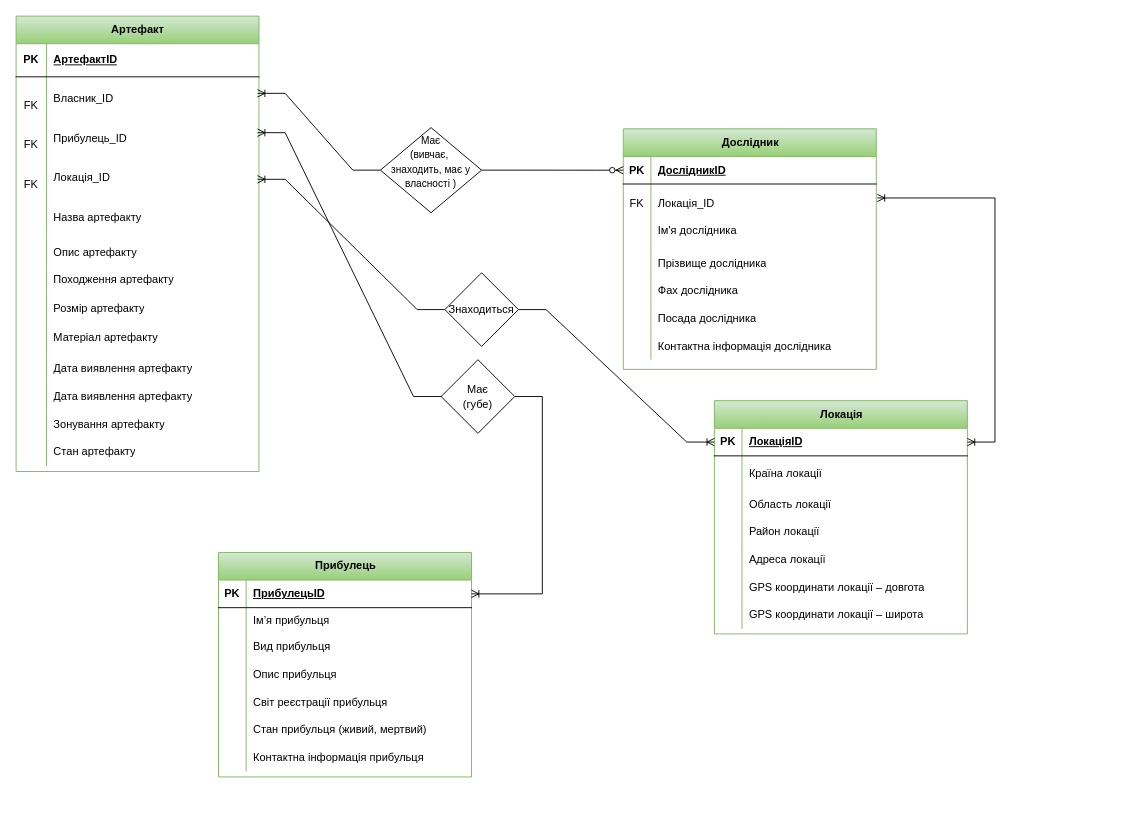
Varvara00/Varvara222-ER keeps this draw.io diagram as page "Страница — 2" (2 of 2) of Диаграмма без названия.drawio. Above is the earlier version. Source tidied: cells renumbered, new cells numbered last; positions are measured from the earlier drawing's top-left corner, leaving out a move shared by most shapes. Both pictures are drawn from the tidied source at 92%, with x=0, y=0 at pixel (16, 16).
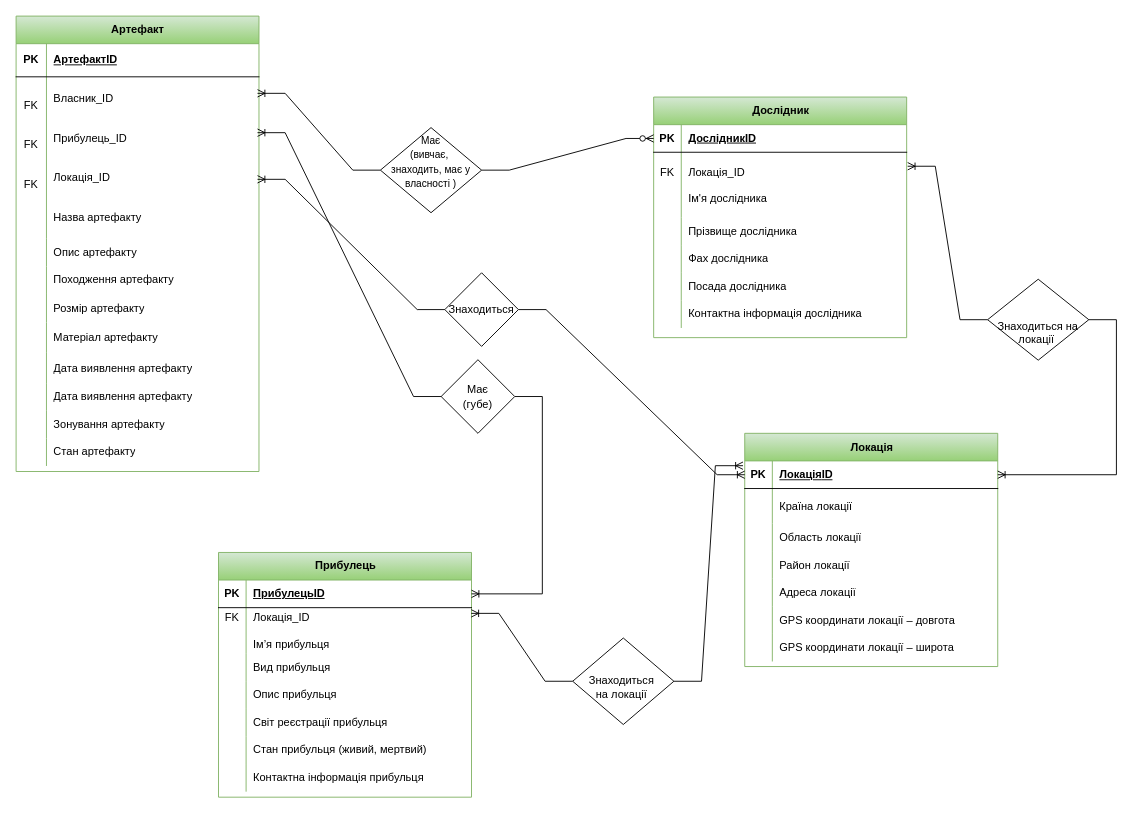
Above is the later version.

Commit message:
Finished/Diagram2

The change refers to these unchanged cells:
```xml
<mxCell id="37" style="shape=tableRow;horizontal=0;startSize=0;swimlaneHead=0;swimlaneBody=0;fillColor=none;points=[[0,0.5],[1,0.5]];portConstraint=eastwest;top=0;left=0;right=0;bottom=0;" parent="33" vertex="1">
  <mxGeometry y="60" width="275" height="71" as="geometry" />
</mxCell>
<mxCell id="53" style="shape=tableRow;horizontal=0;startSize=0;swimlaneHead=0;swimlaneBody=0;fillColor=none;points=[[0,0.5],[1,0.5]];portConstraint=eastwest;top=0;left=0;right=0;bottom=1;" parent="52" vertex="1">
  <mxGeometry y="30" width="275" height="30" as="geometry" />
</mxCell>
```

The edit, as a diff of the source:
```diff
@@
     <mxCell id="33" value="Дослідник" style="shape=table;startSize=30;childLayout=tableLayout;rowLines=0;fontStyle=1;align=center;html=1;fillColor=#d5e8d4;strokeColor=#82b366;gradientColor=#97d077;" parent="1" vertex="1">
-      <mxGeometry x="660" y="122.5" width="275" height="261.5" as="geometry" />
+      <mxGeometry x="693" y="88" width="275" height="261.5" as="geometry" />
     </mxCell>
@@
     <mxCell id="52" value="Локація" style="shape=table;startSize=30;childLayout=tableLayout;rowLines=0;fontStyle=1;align=center;html=1;fillColor=#d5e8d4;gradientColor=#97d077;strokeColor=#82b366;" parent="1" vertex="1">
-      <mxGeometry x="759" y="418" width="275" height="253.5" as="geometry" />
+      <mxGeometry x="792" y="453.5" width="275" height="253.5" as="geometry" />
     </mxCell>
@@
     <mxCell id="74" value="Прибулець" style="shape=table;startSize=30;childLayout=tableLayout;rowLines=0;fontStyle=1;align=center;html=1;fillColor=#d5e8d4;gradientColor=#97d077;strokeColor=#82b366;" parent="1" vertex="1">
-      <mxGeometry x="220" y="583" width="275" height="244" as="geometry" />
+      <mxGeometry x="220" y="583" width="275" height="266" as="geometry" />
     </mxCell>
@@
     <mxCell id="78" style="shape=tableRow;horizontal=0;startSize=0;swimlaneHead=0;swimlaneBody=0;fillColor=none;points=[[0,0.5],[1,0.5]];portConstraint=eastwest;top=0;left=0;right=0;bottom=0;" parent="74" vertex="1">
-      <mxGeometry y="60" width="275" height="28" as="geometry" />
+      <mxGeometry y="60" width="275" height="50" as="geometry" />
     </mxCell>
-    <mxCell id="79" style="shape=partialRectangle;fillColor=none;top=0;left=0;bottom=0;right=0;overflow=hidden;whiteSpace=wrap;html=1;" parent="78" vertex="1">
-      <mxGeometry width="30" height="28" as="geometry" />
+    <mxCell id="79" value="FK&lt;div&gt;&lt;br&gt;&lt;/div&gt;&lt;div&gt;&lt;br&gt;&lt;/div&gt;" style="shape=partialRectangle;fillColor=none;top=0;left=0;bottom=0;right=0;overflow=hidden;whiteSpace=wrap;html=1;" parent="78" vertex="1">
+      <mxGeometry width="30" height="50" as="geometry" />
     </mxCell>
-    <mxCell id="80" value="Ім’я прибульця" style="shape=partialRectangle;fillColor=none;top=0;left=0;bottom=0;right=0;align=left;spacingLeft=6;overflow=hidden;whiteSpace=wrap;html=1;" parent="78" vertex="1">
-      <mxGeometry x="30" width="245" height="28" as="geometry" />
+    <mxCell id="80" value="&lt;span style=&quot;background-color: initial; text-wrap: nowrap; text-align: center;&quot;&gt;Локація_&lt;/span&gt;&lt;span style=&quot;background-color: initial;&quot;&gt;ID&lt;/span&gt;&lt;div&gt;&lt;br&gt;&lt;/div&gt;&lt;div&gt;Ім’я прибульця&lt;/div&gt;" style="shape=partialRectangle;fillColor=none;top=0;left=0;bottom=0;right=0;align=left;spacingLeft=6;overflow=hidden;whiteSpace=wrap;html=1;" parent="78" vertex="1">
+      <mxGeometry x="30" width="245" height="50" as="geometry" />
     </mxCell>
     <mxCell id="81" style="shape=tableRow;horizontal=0;startSize=0;swimlaneHead=0;swimlaneBody=0;fillColor=none;top=0;left=0;right=0;bottom=0;" parent="74" vertex="1">
-      <mxGeometry y="88" width="275" height="30" as="geometry" />
+      <mxGeometry y="110" width="275" height="30" as="geometry" />
     </mxCell>
@@
     <mxCell id="84" style="shape=tableRow;horizontal=0;startSize=0;swimlaneHead=0;swimlaneBody=0;fillColor=none;top=0;left=0;right=0;bottom=0;" parent="74" vertex="1">
-      <mxGeometry y="118" width="275" height="30" as="geometry" />
+      <mxGeometry y="140" width="275" height="30" as="geometry" />
     </mxCell>
@@
     <mxCell id="87" style="shape=tableRow;horizontal=0;startSize=0;swimlaneHead=0;swimlaneBody=0;fillColor=none;top=0;left=0;right=0;bottom=0;" parent="74" vertex="1">
-      <mxGeometry y="148" width="275" height="30" as="geometry" />
+      <mxGeometry y="170" width="275" height="30" as="geometry" />
     </mxCell>
@@
     <mxCell id="90" style="shape=tableRow;horizontal=0;startSize=0;swimlaneHead=0;swimlaneBody=0;fillColor=none;top=0;left=0;right=0;bottom=0;" parent="74" vertex="1">
-      <mxGeometry y="178" width="275" height="30" as="geometry" />
+      <mxGeometry y="200" width="275" height="30" as="geometry" />
     </mxCell>
@@
     <mxCell id="93" style="shape=tableRow;horizontal=0;startSize=0;swimlaneHead=0;swimlaneBody=0;fillColor=none;top=0;left=0;right=0;bottom=0;" parent="74" vertex="1">
-      <mxGeometry y="208" width="275" height="30" as="geometry" />
+      <mxGeometry y="230" width="275" height="30" as="geometry" />
     </mxCell>
@@
-    <mxCell id="99" style="edgeStyle=entityRelationEdgeStyle;fontSize=12;html=1;endArrow=ERoneToMany;startArrow=ERoneToMany;rounded=0;exitX=1.004;exitY=0.214;exitDx=0;exitDy=0;exitPerimeter=0;" parent="1" edge="1" source="37" target="53">
+    <mxCell id="99" style="edgeStyle=entityRelationEdgeStyle;fontSize=12;html=1;endArrow=ERoneToMany;startArrow=none;rounded=0;startFill=0;" parent="1" edge="1" source="110" target="53">
       <mxGeometry relative="1" as="geometry" />
     </mxCell>
@@
+    <mxCell id="106" style="edgeStyle=entityRelationEdgeStyle;fontSize=12;html=1;endArrow=ERoneToMany;startArrow=none;rounded=0;exitX=1;exitY=0.5;exitDx=0;exitDy=0;entryX=-0.007;entryY=0.173;entryDx=0;entryDy=0;entryPerimeter=0;startFill=0;" parent="1" edge="1" source="108" target="53">
+      <mxGeometry relative="1" as="geometry">
+        <Array as="points">
+          <mxPoint x="638" y="561" />
+          <mxPoint x="682" y="638" />
+        </Array>
+      </mxGeometry>
+    </mxCell>
+    <mxCell id="107" style="edgeStyle=entityRelationEdgeStyle;fontSize=12;html=1;endArrow=none;startArrow=ERoneToMany;rounded=0;exitX=0.999;exitY=0.124;exitDx=0;exitDy=0;exitPerimeter=0;entryX=0;entryY=0.5;entryDx=0;entryDy=0;endFill=0;" parent="1" edge="1" source="78" target="108">
+      <mxGeometry relative="1" as="geometry">
+        <Array as="points">
+          <mxPoint x="649" y="627" />
+        </Array>
+      </mxGeometry>
+    </mxCell>
+    <mxCell id="108" value="&lt;br class=&quot;Apple-interchange-newline&quot;&gt;Знаходиться&amp;nbsp;&lt;div&gt;на локації&amp;nbsp;&lt;div&gt;&lt;/div&gt;&lt;/div&gt;" style="rhombus;whiteSpace=wrap;html=1;" parent="1" vertex="1">
+      <mxGeometry x="605" y="676" width="110" height="94" as="geometry" />
+    </mxCell>
+    <mxCell id="109" style="edgeStyle=entityRelationEdgeStyle;fontSize=12;html=1;endArrow=none;startArrow=ERoneToMany;rounded=0;exitX=1.004;exitY=0.214;exitDx=0;exitDy=0;exitPerimeter=0;endFill=0;entryX=0;entryY=0.5;entryDx=0;entryDy=0;" parent="1" edge="1" source="37" target="110">
+      <mxGeometry relative="1" as="geometry" />
+    </mxCell>
+    <mxCell id="110" value="&lt;br class=&quot;Apple-interchange-newline&quot;&gt;&amp;nbsp;&lt;div&gt;Знаходиться на локації&amp;nbsp;&lt;div&gt;&lt;/div&gt;&lt;/div&gt;" style="rhombus;whiteSpace=wrap;html=1;" parent="1" vertex="1">
+      <mxGeometry x="1056" y="286" width="110" height="88" as="geometry" />
+    </mxCell>
```
